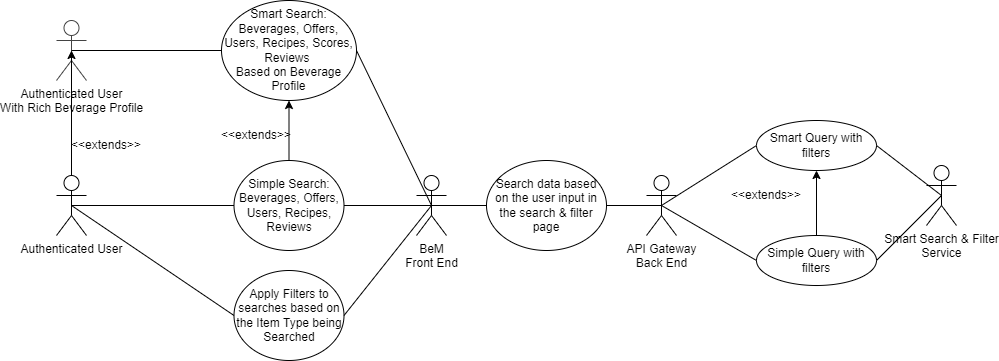
Above: final-deliverables/diagrams/use_case/smart_search_and_filter.png in Elaech/Wade-BeM (draw.io), before the change. Source tidied: cells renumbered, new cells last; positions are measured from the earlier drawing's top-left corner, leaving out a move shared by most shapes. Its diagram source:
```xml
<mxGraphModel>
  <root>
    <mxCell id="0" />
    <mxCell id="1" parent="0" />
    <mxCell id="2" value="Authenticated User" style="shape=umlActor;verticalLabelPosition=bottom;verticalAlign=top;html=1;outlineConnect=0;" parent="1" vertex="1">
      <mxGeometry y="175" width="30" height="60" as="geometry" />
    </mxCell>
    <mxCell id="3" value="API Gateway&lt;br&gt;Back End" style="shape=umlActor;verticalLabelPosition=bottom;verticalAlign=top;html=1;outlineConnect=0;" parent="1" vertex="1">
      <mxGeometry x="590" y="175" width="30" height="60" as="geometry" />
    </mxCell>
    <mxCell id="4" value="BeM&lt;br&gt;Front End" style="shape=umlActor;verticalLabelPosition=bottom;verticalAlign=top;html=1;outlineConnect=0;" parent="1" vertex="1">
      <mxGeometry x="360" y="175" width="30" height="60" as="geometry" />
    </mxCell>
    <mxCell id="5" value="Smart Search &amp;amp; Filter&lt;br&gt;Service" style="shape=umlActor;verticalLabelPosition=bottom;verticalAlign=top;html=1;outlineConnect=0;" parent="1" vertex="1">
      <mxGeometry x="870" y="165" width="30" height="60" as="geometry" />
    </mxCell>
    <mxCell id="6" value="Simple Search: Beverages, Offers, Users, Recipes, Reviews" style="ellipse;whiteSpace=wrap;html=1;" parent="1" vertex="1">
      <mxGeometry x="177.5" y="160" width="110" height="90" as="geometry" />
    </mxCell>
    <mxCell id="7" style="endArrow=none;html=1;rounded=0;strokeColor=default;exitX=0.5;exitY=0.5;exitDx=0;exitDy=0;exitPerimeter=0;entryX=0;entryY=0.5;entryDx=0;entryDy=0;" parent="1" edge="1" source="2" target="6">
      <mxGeometry relative="1" as="geometry" />
    </mxCell>
    <mxCell id="8" style="endArrow=none;html=1;rounded=0;strokeColor=default;entryX=1;entryY=0.5;entryDx=0;entryDy=0;exitX=0.5;exitY=0.5;exitDx=0;exitDy=0;exitPerimeter=0;" parent="1" edge="1" source="4" target="6">
      <mxGeometry relative="1" as="geometry" />
    </mxCell>
    <mxCell id="9" value="Authenticated User&lt;br&gt;With Rich Beverage Profile" style="shape=umlActor;verticalLabelPosition=bottom;verticalAlign=top;html=1;outlineConnect=0;strokeColor=#434343;" parent="1" vertex="1">
      <mxGeometry y="20" width="30" height="60" as="geometry" />
    </mxCell>
    <mxCell id="10" style="endArrow=classic;html=1;rounded=0;exitX=0.5;exitY=0;exitDx=0;exitDy=0;exitPerimeter=0;entryX=0.5;entryY=0.5;entryDx=0;entryDy=0;entryPerimeter=0;" parent="1" edge="1" source="2" target="9">
      <mxGeometry relative="1" as="geometry" />
    </mxCell>
    <mxCell id="11" value="&amp;lt;&amp;lt;extends&amp;gt;&amp;gt;" style="text;html=1;strokeColor=none;fillColor=none;align=center;verticalAlign=middle;whiteSpace=wrap;rounded=0;" parent="1" vertex="1">
      <mxGeometry x="10" y="130" width="80" height="30" as="geometry" />
    </mxCell>
    <mxCell id="12" value="Smart Search: Beverages, Offers, Users, Recipes, Scores, Reviews&amp;nbsp;&lt;br&gt;Based on Beverage Profile" style="ellipse;whiteSpace=wrap;html=1;strokeColor=#000000;" parent="1" vertex="1">
      <mxGeometry x="165" width="135" height="100" as="geometry" />
    </mxCell>
    <mxCell id="13" style="endArrow=classic;html=1;rounded=0;exitX=0.5;exitY=0;exitDx=0;exitDy=0;entryX=0.5;entryY=1;entryDx=0;entryDy=0;" parent="1" edge="1" source="6" target="12">
      <mxGeometry relative="1" as="geometry" />
    </mxCell>
    <mxCell id="14" value="&amp;lt;&amp;lt;extends&amp;gt;&amp;gt;" style="text;html=1;strokeColor=none;fillColor=none;align=center;verticalAlign=middle;whiteSpace=wrap;rounded=0;" parent="1" vertex="1">
      <mxGeometry x="160" y="120" width="80" height="30" as="geometry" />
    </mxCell>
    <mxCell id="15" style="endArrow=none;html=1;rounded=0;exitX=0;exitY=0.5;exitDx=0;exitDy=0;entryX=0.5;entryY=0.5;entryDx=0;entryDy=0;entryPerimeter=0;" parent="1" edge="1" source="12" target="9">
      <mxGeometry relative="1" as="geometry" />
    </mxCell>
    <mxCell id="16" style="endArrow=none;html=1;rounded=0;strokeColor=default;entryX=1;entryY=0.5;entryDx=0;entryDy=0;exitX=0.5;exitY=0.5;exitDx=0;exitDy=0;exitPerimeter=0;" parent="1" edge="1" source="4" target="12">
      <mxGeometry relative="1" as="geometry" />
    </mxCell>
    <mxCell id="17" value="Simple Query with filters" style="ellipse;whiteSpace=wrap;html=1;" parent="1" vertex="1">
      <mxGeometry x="700" y="235" width="120" height="50" as="geometry" />
    </mxCell>
    <mxCell id="18" style="endArrow=none;html=1;rounded=0;exitX=0.5;exitY=0.5;exitDx=0;exitDy=0;entryX=0;entryY=0.5;entryDx=0;entryDy=0;exitPerimeter=0;" parent="1" edge="1" source="3" target="17">
      <mxGeometry relative="1" as="geometry" />
    </mxCell>
    <mxCell id="19" style="endArrow=none;html=1;rounded=0;exitX=0.5;exitY=0.5;exitDx=0;exitDy=0;exitPerimeter=0;entryX=0;entryY=0.5;entryDx=0;entryDy=0;" parent="1" edge="1" source="3" target="20">
      <mxGeometry relative="1" as="geometry" />
    </mxCell>
    <mxCell id="20" value="Smart Query with filters" style="ellipse;whiteSpace=wrap;html=1;" parent="1" vertex="1">
      <mxGeometry x="700" y="120" width="120" height="50" as="geometry" />
    </mxCell>
    <mxCell id="21" style="endArrow=none;html=1;rounded=0;exitX=0.5;exitY=0.5;exitDx=0;exitDy=0;exitPerimeter=0;entryX=1;entryY=0.5;entryDx=0;entryDy=0;" parent="1" edge="1" source="5" target="20">
      <mxGeometry relative="1" as="geometry" />
    </mxCell>
    <mxCell id="22" style="endArrow=none;html=1;rounded=0;exitX=1;exitY=0.5;exitDx=0;exitDy=0;entryX=0.5;entryY=0.5;entryDx=0;entryDy=0;entryPerimeter=0;" parent="1" edge="1" source="17" target="5">
      <mxGeometry relative="1" as="geometry" />
    </mxCell>
    <mxCell id="23" style="endArrow=classic;html=1;rounded=0;exitX=0.5;exitY=0;exitDx=0;exitDy=0;entryX=0.5;entryY=1;entryDx=0;entryDy=0;" parent="1" edge="1" source="17" target="20">
      <mxGeometry relative="1" as="geometry" />
    </mxCell>
    <mxCell id="24" value="&amp;lt;&amp;lt;extends&amp;gt;&amp;gt;" style="text;html=1;strokeColor=none;fillColor=none;align=center;verticalAlign=middle;whiteSpace=wrap;rounded=0;" parent="1" vertex="1">
      <mxGeometry x="670" y="180" width="80" height="30" as="geometry" />
    </mxCell>
    <mxCell id="25" value="Apply Filters to searches based on the Item Type being Searched" style="ellipse;whiteSpace=wrap;html=1;" parent="1" vertex="1">
      <mxGeometry x="177.5" y="270" width="110" height="90" as="geometry" />
    </mxCell>
    <mxCell id="26" style="endArrow=none;html=1;rounded=0;strokeColor=default;exitX=0.5;exitY=0.5;exitDx=0;exitDy=0;exitPerimeter=0;entryX=0;entryY=0.5;entryDx=0;entryDy=0;" parent="1" edge="1" source="2" target="25">
      <mxGeometry relative="1" as="geometry" />
    </mxCell>
    <mxCell id="27" style="endArrow=none;html=1;rounded=0;strokeColor=default;entryX=1;entryY=0.5;entryDx=0;entryDy=0;exitX=0.5;exitY=0.5;exitDx=0;exitDy=0;exitPerimeter=0;" parent="1" edge="1" source="4" target="25">
      <mxGeometry relative="1" as="geometry" />
    </mxCell>
    <mxCell id="28" style="endArrow=none;html=1;rounded=0;strokeColor=default;entryX=0.5;entryY=0.5;entryDx=0;entryDy=0;entryPerimeter=0;exitX=0;exitY=0.5;exitDx=0;exitDy=0;" parent="1" edge="1" source="29" target="4">
      <mxGeometry relative="1" as="geometry" />
    </mxCell>
    <mxCell id="29" value="Search data based&lt;br&gt;on the user input in the search &amp;amp; filter page" style="ellipse;whiteSpace=wrap;html=1;strokeColor=default;" parent="1" vertex="1">
      <mxGeometry x="430" y="160" width="120" height="90" as="geometry" />
    </mxCell>
    <mxCell id="30" style="endArrow=none;html=1;rounded=0;exitX=1;exitY=0.5;exitDx=0;exitDy=0;entryX=0.5;entryY=0.5;entryDx=0;entryDy=0;entryPerimeter=0;" parent="1" edge="1" source="29" target="3">
      <mxGeometry relative="1" as="geometry" />
    </mxCell>
  </root>
</mxGraphModel>
```
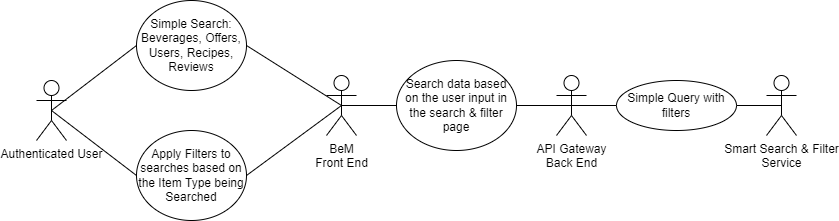
After the change.

The edit, as a diff of the source:
```diff
@@ -3,7 +3,7 @@
     <mxCell id="0" />
     <mxCell id="1" parent="0" />
     <mxCell id="2" value="Authenticated User" style="shape=umlActor;verticalLabelPosition=bottom;verticalAlign=top;html=1;outlineConnect=0;" parent="1" vertex="1">
-      <mxGeometry y="175" width="30" height="60" as="geometry" />
+      <mxGeometry x="70" y="180" width="30" height="60" as="geometry" />
     </mxCell>
     <mxCell id="3" value="API Gateway&lt;br&gt;Back End" style="shape=umlActor;verticalLabelPosition=bottom;verticalAlign=top;html=1;outlineConnect=0;" parent="1" vertex="1">
       <mxGeometry x="590" y="175" width="30" height="60" as="geometry" />
@@ -12,10 +12,10 @@
       <mxGeometry x="360" y="175" width="30" height="60" as="geometry" />
     </mxCell>
     <mxCell id="5" value="Smart Search &amp;amp; Filter&lt;br&gt;Service" style="shape=umlActor;verticalLabelPosition=bottom;verticalAlign=top;html=1;outlineConnect=0;" parent="1" vertex="1">
-      <mxGeometry x="870" y="165" width="30" height="60" as="geometry" />
+      <mxGeometry x="800" y="175" width="30" height="60" as="geometry" />
     </mxCell>
     <mxCell id="6" value="Simple Search: Beverages, Offers, Users, Recipes, Reviews" style="ellipse;whiteSpace=wrap;html=1;" parent="1" vertex="1">
-      <mxGeometry x="177.5" y="160" width="110" height="90" as="geometry" />
+      <mxGeometry x="170" y="100" width="110" height="90" as="geometry" />
     </mxCell>
     <mxCell id="7" style="endArrow=none;html=1;rounded=0;strokeColor=default;exitX=0.5;exitY=0.5;exitDx=0;exitDy=0;exitPerimeter=0;entryX=0;entryY=0.5;entryDx=0;entryDy=0;" parent="1" edge="1" source="2" target="6">
       <mxGeometry relative="1" as="geometry" />
@@ -23,56 +23,22 @@
     <mxCell id="8" style="endArrow=none;html=1;rounded=0;strokeColor=default;entryX=1;entryY=0.5;entryDx=0;entryDy=0;exitX=0.5;exitY=0.5;exitDx=0;exitDy=0;exitPerimeter=0;" parent="1" edge="1" source="4" target="6">
       <mxGeometry relative="1" as="geometry" />
     </mxCell>
-    <mxCell id="9" value="Authenticated User&lt;br&gt;With Rich Beverage Profile" style="shape=umlActor;verticalLabelPosition=bottom;verticalAlign=top;html=1;outlineConnect=0;strokeColor=#434343;" parent="1" vertex="1">
-      <mxGeometry y="20" width="30" height="60" as="geometry" />
-    </mxCell>
-    <mxCell id="10" style="endArrow=classic;html=1;rounded=0;exitX=0.5;exitY=0;exitDx=0;exitDy=0;exitPerimeter=0;entryX=0.5;entryY=0.5;entryDx=0;entryDy=0;entryPerimeter=0;" parent="1" edge="1" source="2" target="9">
-      <mxGeometry relative="1" as="geometry" />
-    </mxCell>
-    <mxCell id="11" value="&amp;lt;&amp;lt;extends&amp;gt;&amp;gt;" style="text;html=1;strokeColor=none;fillColor=none;align=center;verticalAlign=middle;whiteSpace=wrap;rounded=0;" parent="1" vertex="1">
-      <mxGeometry x="10" y="130" width="80" height="30" as="geometry" />
-    </mxCell>
-    <mxCell id="12" value="Smart Search: Beverages, Offers, Users, Recipes, Scores, Reviews&amp;nbsp;&lt;br&gt;Based on Beverage Profile" style="ellipse;whiteSpace=wrap;html=1;strokeColor=#000000;" parent="1" vertex="1">
-      <mxGeometry x="165" width="135" height="100" as="geometry" />
-    </mxCell>
-    <mxCell id="13" style="endArrow=classic;html=1;rounded=0;exitX=0.5;exitY=0;exitDx=0;exitDy=0;entryX=0.5;entryY=1;entryDx=0;entryDy=0;" parent="1" edge="1" source="6" target="12">
-      <mxGeometry relative="1" as="geometry" />
-    </mxCell>
-    <mxCell id="14" value="&amp;lt;&amp;lt;extends&amp;gt;&amp;gt;" style="text;html=1;strokeColor=none;fillColor=none;align=center;verticalAlign=middle;whiteSpace=wrap;rounded=0;" parent="1" vertex="1">
-      <mxGeometry x="160" y="120" width="80" height="30" as="geometry" />
-    </mxCell>
-    <mxCell id="15" style="endArrow=none;html=1;rounded=0;exitX=0;exitY=0.5;exitDx=0;exitDy=0;entryX=0.5;entryY=0.5;entryDx=0;entryDy=0;entryPerimeter=0;" parent="1" edge="1" source="12" target="9">
-      <mxGeometry relative="1" as="geometry" />
+    <mxCell id="15" style="endArrow=none;html=1;rounded=0;exitX=0;exitY=0.5;exitDx=0;exitDy=0;entryX=0.5;entryY=0.5;entryDx=0;entryDy=0;entryPerimeter=0;" parent="1" edge="1" source="x">
+      <mxGeometry relative="1" as="geometry">
+        <mxPoint x="15" y="50" as="targetPoint" />
+      </mxGeometry>
     </mxCell>
-    <mxCell id="16" style="endArrow=none;html=1;rounded=0;strokeColor=default;entryX=1;entryY=0.5;entryDx=0;entryDy=0;exitX=0.5;exitY=0.5;exitDx=0;exitDy=0;exitPerimeter=0;" parent="1" edge="1" source="4" target="12">
-      <mxGeometry relative="1" as="geometry" />
-    </mxCell>
     <mxCell id="17" value="Simple Query with filters" style="ellipse;whiteSpace=wrap;html=1;" parent="1" vertex="1">
-      <mxGeometry x="700" y="235" width="120" height="50" as="geometry" />
+      <mxGeometry x="650" y="180" width="120" height="50" as="geometry" />
     </mxCell>
     <mxCell id="18" style="endArrow=none;html=1;rounded=0;exitX=0.5;exitY=0.5;exitDx=0;exitDy=0;entryX=0;entryY=0.5;entryDx=0;entryDy=0;exitPerimeter=0;" parent="1" edge="1" source="3" target="17">
       <mxGeometry relative="1" as="geometry" />
     </mxCell>
-    <mxCell id="19" style="endArrow=none;html=1;rounded=0;exitX=0.5;exitY=0.5;exitDx=0;exitDy=0;exitPerimeter=0;entryX=0;entryY=0.5;entryDx=0;entryDy=0;" parent="1" edge="1" source="3" target="20">
-      <mxGeometry relative="1" as="geometry" />
-    </mxCell>
-    <mxCell id="20" value="Smart Query with filters" style="ellipse;whiteSpace=wrap;html=1;" parent="1" vertex="1">
-      <mxGeometry x="700" y="120" width="120" height="50" as="geometry" />
-    </mxCell>
-    <mxCell id="21" style="endArrow=none;html=1;rounded=0;exitX=0.5;exitY=0.5;exitDx=0;exitDy=0;exitPerimeter=0;entryX=1;entryY=0.5;entryDx=0;entryDy=0;" parent="1" edge="1" source="5" target="20">
-      <mxGeometry relative="1" as="geometry" />
-    </mxCell>
     <mxCell id="22" style="endArrow=none;html=1;rounded=0;exitX=1;exitY=0.5;exitDx=0;exitDy=0;entryX=0.5;entryY=0.5;entryDx=0;entryDy=0;entryPerimeter=0;" parent="1" edge="1" source="17" target="5">
       <mxGeometry relative="1" as="geometry" />
     </mxCell>
-    <mxCell id="23" style="endArrow=classic;html=1;rounded=0;exitX=0.5;exitY=0;exitDx=0;exitDy=0;entryX=0.5;entryY=1;entryDx=0;entryDy=0;" parent="1" edge="1" source="17" target="20">
-      <mxGeometry relative="1" as="geometry" />
-    </mxCell>
-    <mxCell id="24" value="&amp;lt;&amp;lt;extends&amp;gt;&amp;gt;" style="text;html=1;strokeColor=none;fillColor=none;align=center;verticalAlign=middle;whiteSpace=wrap;rounded=0;" parent="1" vertex="1">
-      <mxGeometry x="670" y="180" width="80" height="30" as="geometry" />
-    </mxCell>
     <mxCell id="25" value="Apply Filters to searches based on the Item Type being Searched" style="ellipse;whiteSpace=wrap;html=1;" parent="1" vertex="1">
-      <mxGeometry x="177.5" y="270" width="110" height="90" as="geometry" />
+      <mxGeometry x="170" y="230" width="110" height="90" as="geometry" />
     </mxCell>
     <mxCell id="26" style="endArrow=none;html=1;rounded=0;strokeColor=default;exitX=0.5;exitY=0.5;exitDx=0;exitDy=0;exitPerimeter=0;entryX=0;entryY=0.5;entryDx=0;entryDy=0;" parent="1" edge="1" source="2" target="25">
       <mxGeometry relative="1" as="geometry" />
```
